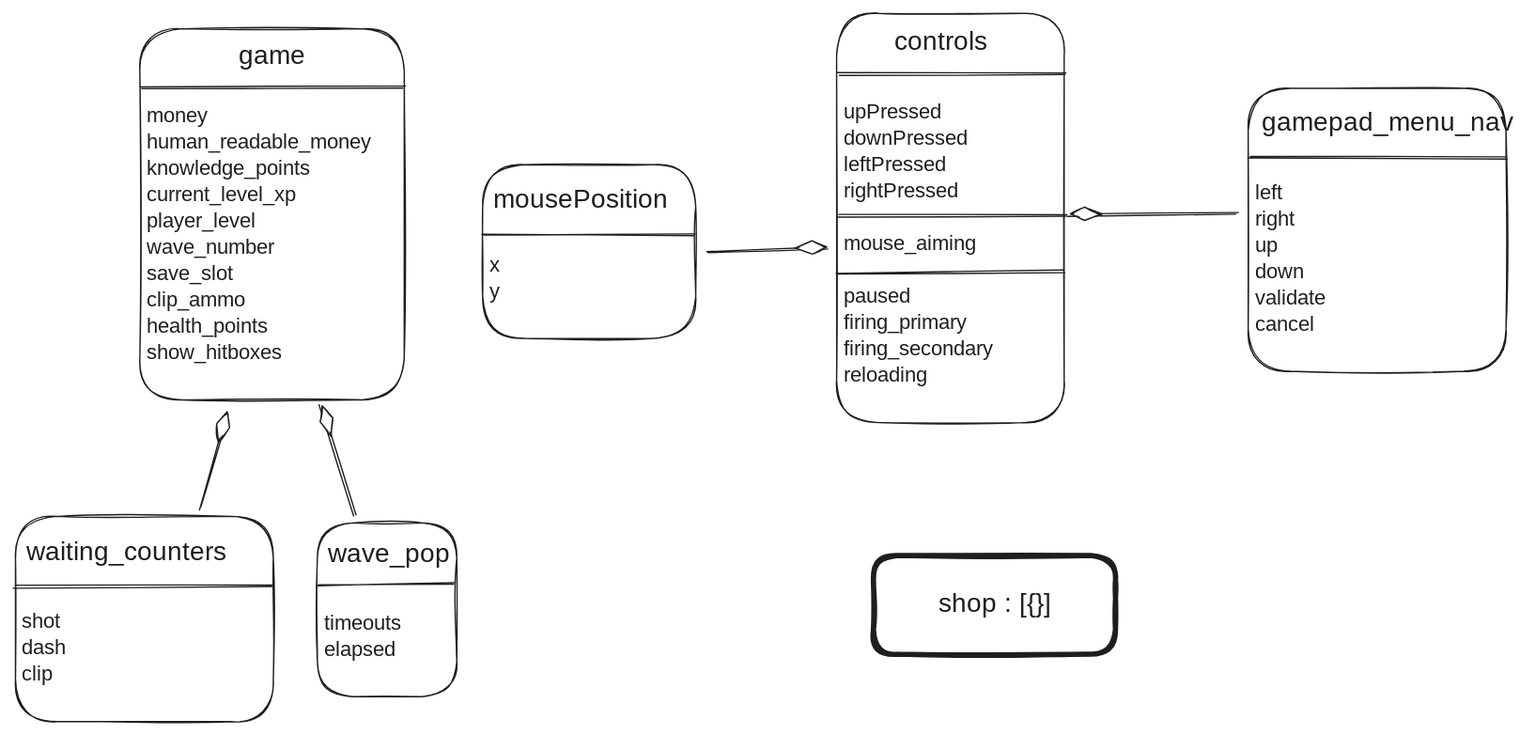
Earlier version of the Excalidraw export docs/scope_data_structure.excalidraw.svg (thedwarf21/MobsVasion). Source tidied: one line per element, renumbered; positions are measured from the earlier drawing's top-left corner, leaving out a move shared by most shapes.
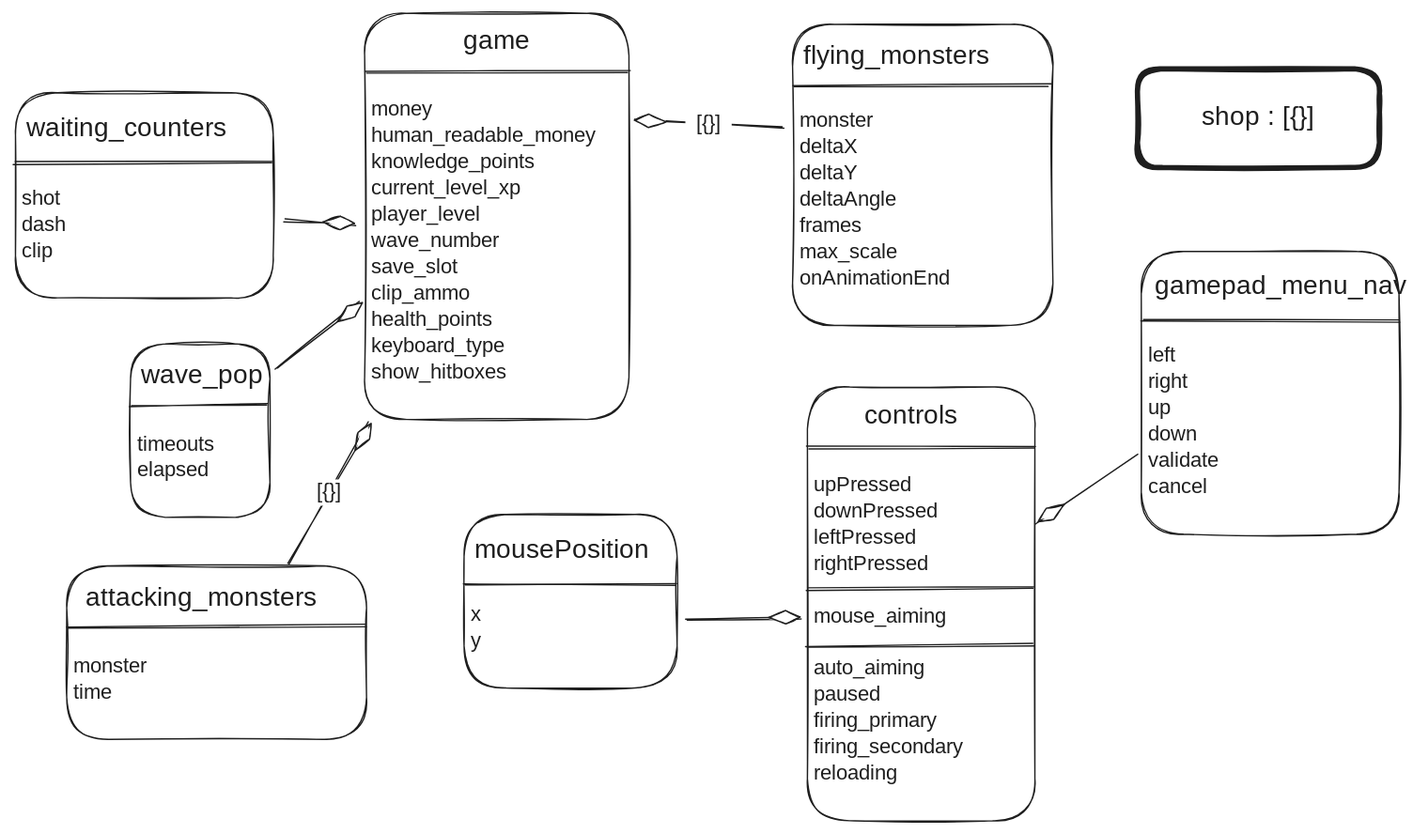
Later version of the same file.

What changed in the source:
```diff
@@ -1,32 +1,44 @@
-{"id": 0, "type": "rectangle", "strokeColor": "#1e1e1e", "strokeWidth": 1, "roughness": 1, "round": true, "x": 95, "y": 12, "width": 201, "height": 282}
+{"id": 0, "type": "rectangle", "strokeColor": "#1e1e1e", "strokeWidth": 1, "roughness": 1, "round": true, "x": 95, "y": 12, "width": 201, "height": 309}
-{"id": 1, "type": "text", "text": "money\nhuman_readable_money\nknowledge_points\ncurrent_level_xp\nplayer_level\nwave_number\nsave_slot\nclip_ammo\nhealth_points\nshow_hitboxes\n", "strokeColor": "#1e1e1e", "strokeWidth": 1, "roughness": 1, "fontSize": 16, "fontFamily": 8, "verticalAlign": "bottom", "inside": 0, "x": 100, "y": 69, "width": 176, "height": 220}
+{"id": 1, "type": "text", "text": "money\nhuman_readable_money\nknowledge_points\ncurrent_level_xp\nplayer_level\nwave_number\nsave_slot\nclip_ammo\nhealth_points\nkeyboard_type\nshow_hitboxes\n", "strokeColor": "#1e1e1e", "strokeWidth": 1, "roughness": 1, "fontSize": 16, "fontFamily": 8, "verticalAlign": "bottom", "inside": 0, "x": 100, "y": 76, "width": 176, "height": 240}
 {"id": 2, "type": "line", "strokeColor": "#1e1e1e", "strokeWidth": 1, "roughness": 1, "round": true, "x": 96, "y": 58, "width": 200, "height": 2, "points": [[0, 0], [200, -2]]}
 {"id": 3, "type": "text", "text": "game", "strokeColor": "#1e1e1e", "strokeWidth": 1, "roughness": 1, "fontSize": 20, "fontFamily": 8, "x": 170, "y": 21, "width": 44, "height": 25}
-{"id": 4, "type": "rectangle", "strokeColor": "#1e1e1e", "strokeWidth": 1, "roughness": 1, "round": true, "x": 230, "y": 387, "width": 106, "height": 132}
+{"id": 4, "type": "rectangle", "strokeColor": "#1e1e1e", "strokeWidth": 1, "roughness": 1, "round": true, "x": -83, "y": 263, "width": 106, "height": 132}
-{"id": 5, "type": "text", "text": "timeouts\nelapsed\n", "strokeColor": "#1e1e1e", "strokeWidth": 1, "roughness": 1, "fontSize": 16, "fontFamily": 8, "verticalAlign": "bottom", "inside": 4, "x": 235, "y": 454, "width": 70, "height": 60}
+{"id": 5, "type": "text", "text": "timeouts\nelapsed\n", "strokeColor": "#1e1e1e", "strokeWidth": 1, "roughness": 1, "fontSize": 16, "fontFamily": 8, "verticalAlign": "bottom", "inside": 4, "x": -78, "y": 330, "width": 70, "height": 60}
-{"id": 6, "type": "line", "strokeColor": "#1e1e1e", "strokeWidth": 1, "roughness": 1, "round": true, "x": 230, "y": 434, "width": 105, "height": 1, "points": [[0, 0], [105, -1]]}
+{"id": 6, "type": "line", "strokeColor": "#1e1e1e", "strokeWidth": 1, "roughness": 1, "round": true, "x": -83, "y": 310, "width": 105, "height": 1, "points": [[0, 0], [105, -1]]}
-{"id": 7, "type": "text", "text": "wave_pop", "strokeColor": "#1e1e1e", "strokeWidth": 1, "roughness": 1, "fontSize": 20, "fontFamily": 8, "x": 238, "y": 400, "width": 88, "height": 25}
+{"id": 7, "type": "text", "text": "wave_pop", "strokeColor": "#1e1e1e", "strokeWidth": 1, "roughness": 1, "fontSize": 20, "fontFamily": 8, "x": -75, "y": 276, "width": 88, "height": 25}
-{"id": 8, "type": "arrow", "strokeColor": "#1e1e1e", "strokeWidth": 1, "roughness": 1, "endArrowhead": "diamond_outline", "round": true, "from": 4, "to": 0, "x": 258, "y": 381, "width": 26, "height": 83, "points": [[0, 0], [-26, -83]]}
+{"id": 8, "type": "arrow", "strokeColor": "#1e1e1e", "strokeWidth": 1, "roughness": 1, "endArrowhead": "diamond_outline", "round": true, "from": 4, "to": 0, "x": 27, "y": 282, "width": 64, "height": 50, "points": [[0, 0], [64, -50]]}
-{"id": 9, "type": "rectangle", "strokeColor": "#1e1e1e", "strokeWidth": 1, "roughness": 1, "round": true, "x": 0, "y": 382, "width": 196, "height": 156}
+{"id": 9, "type": "rectangle", "strokeColor": "#1e1e1e", "strokeWidth": 1, "roughness": 1, "round": true, "x": -171, "y": 72, "width": 196, "height": 156}
-{"id": 10, "type": "text", "text": "shot\ndash\nclip\n", "strokeColor": "#1e1e1e", "strokeWidth": 1, "roughness": 1, "fontSize": 16, "fontFamily": 8, "verticalAlign": "bottom", "inside": 9, "x": 5, "y": 453, "width": 35, "height": 80}
+{"id": 10, "type": "text", "text": "shot\ndash\nclip\n", "strokeColor": "#1e1e1e", "strokeWidth": 1, "roughness": 1, "fontSize": 16, "fontFamily": 8, "verticalAlign": "bottom", "inside": 9, "x": -166, "y": 143, "width": 35, "height": 80}
-{"id": 11, "type": "line", "strokeColor": "#1e1e1e", "strokeWidth": 1, "roughness": 1, "round": true, "x": 0, "y": 435, "width": 196, "height": 0, "points": [[0, 0], [196, 0]]}
+{"id": 11, "type": "line", "strokeColor": "#1e1e1e", "strokeWidth": 1, "roughness": 1, "round": true, "x": -171, "y": 125, "width": 196, "height": 0, "points": [[0, 0], [196, 0]]}
-{"id": 12, "type": "text", "text": "waiting_counters", "strokeColor": "#1e1e1e", "strokeWidth": 1, "roughness": 1, "fontSize": 20, "fontFamily": 8, "x": 8, "y": 398, "width": 176, "height": 25}
+{"id": 12, "type": "text", "text": "waiting_counters", "strokeColor": "#1e1e1e", "strokeWidth": 1, "roughness": 1, "fontSize": 20, "fontFamily": 8, "x": -163, "y": 88, "width": 176, "height": 25}
-{"id": 13, "type": "arrow", "strokeColor": "#1e1e1e", "strokeWidth": 1, "roughness": 1, "endArrowhead": "diamond_outline", "round": true, "from": 9, "to": 0, "x": 140, "y": 376, "width": 22, "height": 72, "points": [[0, 0], [22, -72]]}
+{"id": 13, "type": "arrow", "strokeColor": "#1e1e1e", "strokeWidth": 1, "roughness": 1, "endArrowhead": "diamond_outline", "round": true, "from": 9, "to": 0, "x": 33, "y": 169, "width": 54, "height": 4, "points": [[0, 0], [54, 4]]}
-{"id": 14, "type": "rectangle", "strokeColor": "#1e1e1e", "strokeWidth": 1, "roughness": 1, "round": true, "x": 624, "y": 0, "width": 173, "height": 311}
+{"id": 14, "type": "rectangle", "strokeColor": "#1e1e1e", "strokeWidth": 1, "roughness": 1, "round": true, "x": 431, "y": 296, "width": 173, "height": 330}
-{"id": 15, "type": "text", "text": "upPressed\ndownPressed\nleftPressed\nrightPressed\n\nmouse_aiming\n\npaused\nfiring_primary\nfiring_secondary\nreloading\n", "strokeColor": "#1e1e1e", "strokeWidth": 1, "roughness": 1, "fontSize": 16, "fontFamily": 8, "verticalAlign": "bottom", "inside": 14, "x": 629, "y": 66, "width": 141, "height": 240}
+{"id": 15, "type": "text", "text": "upPressed\ndownPressed\nleftPressed\nrightPressed\n\nmouse_aiming\n\nauto_aiming\npaused\nfiring_primary\nfiring_secondary\nreloading\n", "strokeColor": "#1e1e1e", "strokeWidth": 1, "roughness": 1, "fontSize": 16, "fontFamily": 8, "verticalAlign": "bottom", "inside": 14, "x": 436, "y": 361, "width": 141, "height": 260}
-{"id": 16, "type": "line", "strokeColor": "#1e1e1e", "strokeWidth": 1, "roughness": 1, "round": true, "x": 625, "y": 46, "width": 173, "height": 0, "points": [[0, 0], [173, 0]]}
+{"id": 16, "type": "line", "strokeColor": "#1e1e1e", "strokeWidth": 1, "roughness": 1, "round": true, "x": 431, "y": 342, "width": 173, "height": 0, "points": [[0, 0], [173, 0]]}
-{"id": 17, "type": "text", "text": "controls", "strokeColor": "#1e1e1e", "strokeWidth": 1, "roughness": 1, "fontSize": 20, "fontFamily": 8, "x": 668, "y": 10, "width": 88, "height": 25}
+{"id": 17, "type": "text", "text": "controls", "strokeColor": "#1e1e1e", "strokeWidth": 1, "roughness": 1, "fontSize": 20, "fontFamily": 8, "x": 474, "y": 306, "width": 88, "height": 25}
-{"id": 18, "type": "line", "strokeColor": "#1e1e1e", "strokeWidth": 1, "roughness": 1, "round": true, "x": 626, "y": 154, "width": 173, "height": 0, "points": [[0, 0], [173, 0]]}
+{"id": 18, "type": "line", "strokeColor": "#1e1e1e", "strokeWidth": 1, "roughness": 1, "round": true, "x": 432, "y": 450, "width": 171, "height": 1, "points": [[0, 0], [171, -1]]}
-{"id": 19, "type": "line", "strokeColor": "#1e1e1e", "strokeWidth": 1, "roughness": 1, "round": true, "x": 625, "y": 197, "width": 173, "height": 0, "points": [[0, 0], [173, 0]]}
+{"id": 19, "type": "line", "strokeColor": "#1e1e1e", "strokeWidth": 1, "roughness": 1, "round": true, "x": 431, "y": 493, "width": 173, "height": 0, "points": [[0, 0], [173, 0]]}
-{"id": 20, "type": "rectangle", "strokeColor": "#1e1e1e", "strokeWidth": 1, "roughness": 1, "round": true, "x": 355, "y": 115, "width": 162, "height": 132}
+{"id": 20, "type": "rectangle", "strokeColor": "#1e1e1e", "strokeWidth": 1, "roughness": 1, "round": true, "x": 170, "y": 393, "width": 162, "height": 132}
-{"id": 21, "type": "text", "text": "x\ny\n", "strokeColor": "#1e1e1e", "strokeWidth": 1, "roughness": 1, "fontSize": 16, "fontFamily": 8, "verticalAlign": "bottom", "inside": 20, "x": 360, "y": 182, "width": 9, "height": 60}
+{"id": 21, "type": "text", "text": "x\ny\n", "strokeColor": "#1e1e1e", "strokeWidth": 1, "roughness": 1, "fontSize": 16, "fontFamily": 8, "verticalAlign": "bottom", "inside": 20, "x": 175, "y": 460, "width": 9, "height": 60}
-{"id": 22, "type": "line", "strokeColor": "#1e1e1e", "strokeWidth": 1, "roughness": 1, "round": true, "x": 356, "y": 168, "width": 161, "height": 0, "points": [[0, 0], [161, 0]]}
+{"id": 22, "type": "line", "strokeColor": "#1e1e1e", "strokeWidth": 1, "roughness": 1, "round": true, "x": 171, "y": 446, "width": 161, "height": 0, "points": [[0, 0], [161, 0]]}
-{"id": 23, "type": "text", "text": "mousePosition", "strokeColor": "#1e1e1e", "strokeWidth": 1, "roughness": 1, "fontSize": 20, "fontFamily": 8, "x": 363, "y": 130, "width": 143, "height": 25}
+{"id": 23, "type": "text", "text": "mousePosition", "strokeColor": "#1e1e1e", "strokeWidth": 1, "roughness": 1, "fontSize": 20, "fontFamily": 8, "x": 178, "y": 408, "width": 143, "height": 25}
-{"id": 24, "type": "arrow", "strokeColor": "#1e1e1e", "strokeWidth": 1, "roughness": 1, "endArrowhead": "diamond_outline", "round": true, "from": 20, "to": 14, "x": 526, "y": 181, "width": 91, "height": 3, "points": [[0, 0], [91, -3]]}
+{"id": 24, "type": "arrow", "strokeColor": "#1e1e1e", "strokeWidth": 1, "roughness": 1, "endArrowhead": "diamond_outline", "round": true, "from": 20, "to": 14, "x": 339, "y": 473, "width": 87, "height": 1, "points": [[0, 0], [87, -1]]}
-{"id": 25, "type": "rectangle", "strokeColor": "#1e1e1e", "strokeWidth": 1, "roughness": 1, "round": true, "x": 937, "y": 57, "width": 196, "height": 215}
+{"id": 25, "type": "rectangle", "strokeColor": "#1e1e1e", "strokeWidth": 1, "roughness": 1, "round": true, "x": 685, "y": 193, "width": 196, "height": 215}
-{"id": 26, "type": "text", "text": "left\nright\nup\ndown\nvalidate\ncancel\n", "strokeColor": "#1e1e1e", "strokeWidth": 1, "roughness": 1, "fontSize": 16, "fontFamily": 8, "verticalAlign": "bottom", "inside": 25, "x": 942, "y": 127, "width": 70, "height": 140}
+{"id": 26, "type": "text", "text": "left\nright\nup\ndown\nvalidate\ncancel\n", "strokeColor": "#1e1e1e", "strokeWidth": 1, "roughness": 1, "fontSize": 16, "fontFamily": 8, "verticalAlign": "bottom", "inside": 25, "x": 690, "y": 263, "width": 70, "height": 140}
-{"id": 27, "type": "line", "strokeColor": "#1e1e1e", "strokeWidth": 1, "roughness": 1, "round": true, "x": 937, "y": 110, "width": 196, "height": 0, "points": [[0, 0], [196, 0]]}
+{"id": 27, "type": "line", "strokeColor": "#1e1e1e", "strokeWidth": 1, "roughness": 1, "round": true, "x": 685, "y": 246, "width": 196, "height": 0, "points": [[0, 0], [196, 0]]}
-{"id": 28, "type": "text", "text": "gamepad_menu_nav", "strokeColor": "#1e1e1e", "strokeWidth": 1, "roughness": 1, "fontSize": 20, "fontFamily": 8, "x": 947, "y": 72, "width": 176, "height": 25}
+{"id": 28, "type": "text", "text": "gamepad_menu_nav", "strokeColor": "#1e1e1e", "strokeWidth": 1, "roughness": 1, "fontSize": 20, "fontFamily": 8, "x": 695, "y": 208, "width": 176, "height": 25}
-{"id": 29, "type": "arrow", "strokeColor": "#1e1e1e", "strokeWidth": 1, "roughness": 1, "endArrowhead": "diamond_outline", "round": true, "from": 25, "to": 14, "x": 928, "y": 153, "width": 128, "height": 1, "points": [[0, 0], [-128, 1]]}
+{"id": 29, "type": "arrow", "strokeColor": "#1e1e1e", "strokeWidth": 1, "roughness": 1, "endArrowhead": "diamond_outline", "round": true, "from": 25, "to": 14, "x": 681, "y": 349, "width": 76, "height": 51, "points": [[0, 0], [-76, 51]]}
-{"id": 30, "type": "rectangle", "strokeColor": "#1e1e1e", "strokeWidth": 4, "roughness": 1, "round": true, "x": 652, "y": 412, "width": 184, "height": 75}
+{"id": 30, "type": "rectangle", "strokeColor": "#1e1e1e", "strokeWidth": 4, "roughness": 1, "round": true, "x": 682, "y": 54, "width": 184, "height": 75}
-{"id": 31, "type": "text", "text": "shop : [{}]", "strokeColor": "#1e1e1e", "strokeWidth": 4, "roughness": 1, "fontSize": 20, "fontFamily": 8, "textAlign": "center", "verticalAlign": "middle", "inside": 30, "x": 684, "y": 437, "width": 121, "height": 25}
+{"id": 31, "type": "text", "text": "shop : [{}]", "strokeColor": "#1e1e1e", "strokeWidth": 4, "roughness": 1, "fontSize": 20, "fontFamily": 8, "textAlign": "center", "verticalAlign": "middle", "inside": 30, "x": 714, "y": 79, "width": 121, "height": 25}
+{"id": 32, "type": "rectangle", "strokeColor": "#1e1e1e", "strokeWidth": 1, "roughness": 1, "round": true, "x": -132, "y": 432, "width": 228, "height": 132}
+{"id": 33, "type": "text", "text": "monster\ntime\n", "strokeColor": "#1e1e1e", "strokeWidth": 1, "roughness": 1, "fontSize": 16, "fontFamily": 8, "verticalAlign": "bottom", "inside": 32, "x": -127, "y": 499, "width": 62, "height": 60}
+{"id": 34, "type": "line", "strokeColor": "#1e1e1e", "strokeWidth": 1, "roughness": 1, "round": true, "x": -132, "y": 479, "width": 228, "height": 1, "points": [[0, 0], [228, -1]]}
+{"id": 35, "type": "text", "text": "attacking_monsters", "strokeColor": "#1e1e1e", "strokeWidth": 1, "roughness": 1, "fontSize": 20, "fontFamily": 8, "x": -118, "y": 445, "width": 198, "height": 25}
+{"id": 36, "type": "rectangle", "strokeColor": "#1e1e1e", "strokeWidth": 1, "roughness": 1, "round": true, "x": 420, "y": 20, "width": 198, "height": 229}
+{"id": 37, "type": "text", "text": "monster\ndeltaX\ndeltaY\ndeltaAngle\nframes\nmax_scale\nonAnimationEnd\n", "strokeColor": "#1e1e1e", "strokeWidth": 1, "roughness": 1, "fontSize": 16, "fontFamily": 8, "verticalAlign": "bottom", "inside": 36, "x": 425, "y": 84, "width": 123, "height": 160}
+{"id": 38, "type": "line", "strokeColor": "#1e1e1e", "strokeWidth": 1, "roughness": 1, "round": true, "x": 420, "y": 67, "width": 195, "height": 0, "points": [[0, 0], [195, 0]]}
+{"id": 39, "type": "text", "text": "flying_monsters", "strokeColor": "#1e1e1e", "strokeWidth": 1, "roughness": 1, "fontSize": 20, "fontFamily": 8, "x": 428, "y": 33, "width": 165, "height": 25}
+{"id": 40, "type": "arrow", "strokeColor": "#1e1e1e", "strokeWidth": 1, "roughness": 1, "endArrowhead": "diamond_outline", "round": true, "from": 32, "to": 0, "x": 36, "y": 430, "width": 62, "height": 107, "points": [[0, 0], [62, -107]]}
+{"id": 41, "type": "text", "text": "[{}]", "strokeColor": "#1e1e1e", "strokeWidth": 2, "roughness": 1, "fontSize": 16, "fontFamily": 8, "textAlign": "center", "verticalAlign": "middle", "inside": 40, "x": 54, "y": 354, "width": 35, "height": 20}
+{"id": 42, "type": "arrow", "strokeColor": "#1e1e1e", "strokeWidth": 1, "roughness": 1, "endArrowhead": "diamond_outline", "round": true, "from": 36, "to": 0, "x": 413, "y": 99, "width": 114, "height": 6, "points": [[0, 0], [-114, -6]]}
+{"id": 43, "type": "text", "text": "[{}]", "strokeColor": "#1e1e1e", "strokeWidth": 2, "roughness": 1, "fontSize": 16, "fontFamily": 8, "textAlign": "center", "verticalAlign": "middle", "inside": 42, "x": 173, "y": 330, "width": 35, "height": 20}
```
